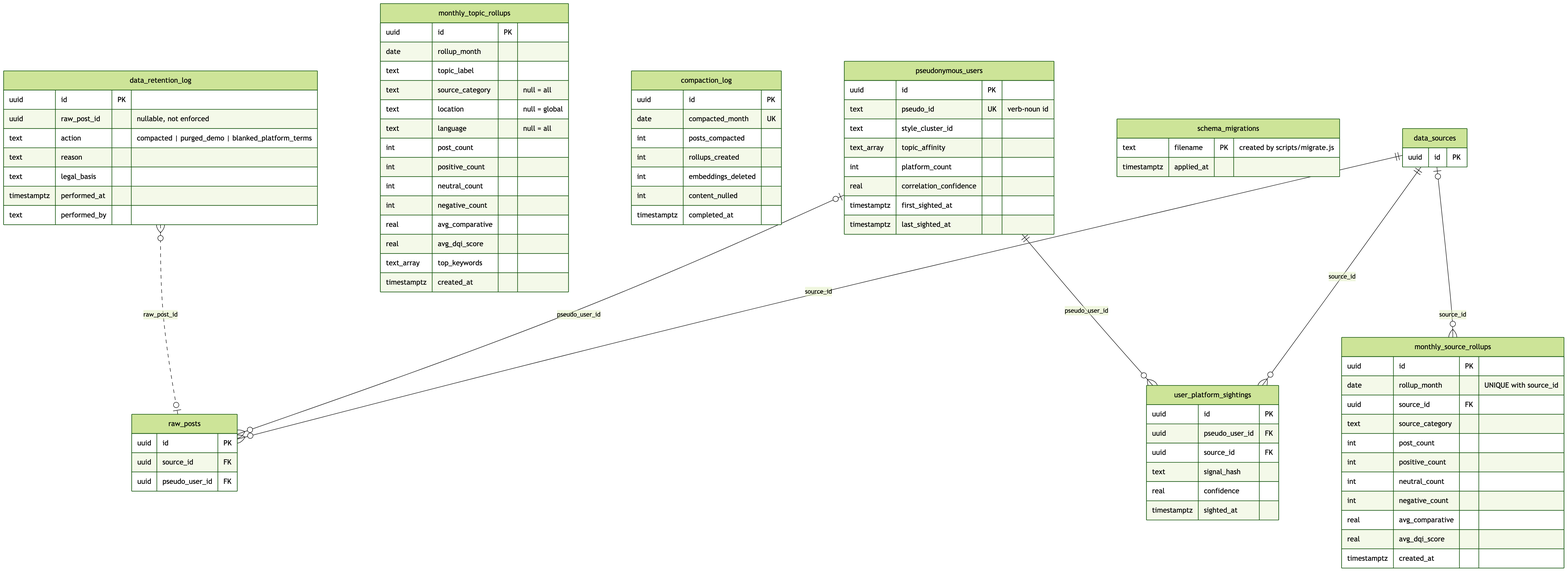
This is docs/diagrams/data/erd-3-retention-and-correlation.png from jennifer-mckinney/pulse-of-ai, a Mermaid export, as it was before one commit. Its source is kept beside it as docs/diagrams/data/erd-3-retention-and-correlation.mmd.
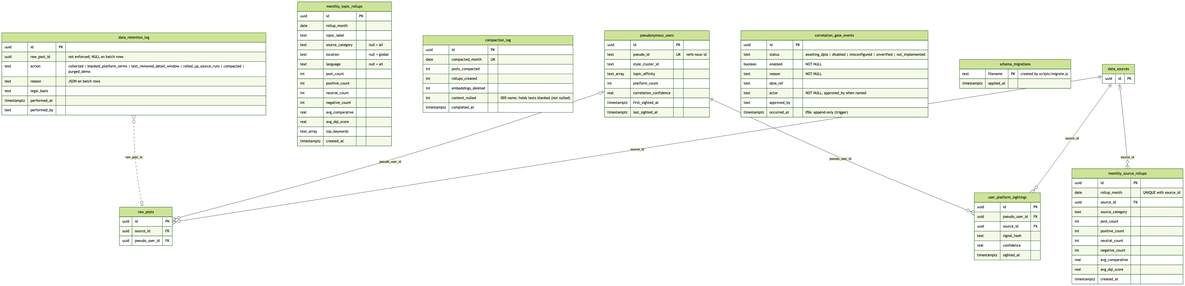
After the commit.

Diff of the diagram source:
```diff
@@ -2,9 +2,9 @@
 
   data_retention_log {
     uuid id PK
-    uuid raw_post_id "nullable, not enforced"
-    text action "compacted | purged_demo | blanked_platform_terms"
-    text reason
+    uuid raw_post_id "not enforced; NULL on batch rows"
+    text action "collected | blanked_platform_terms | text_removed_detail_window | rolled_up_source_runs | compacted | purged_demo"
+    text reason "JSON on batch rows"
     text legal_basis
     timestamptz performed_at
     text performed_by
@@ -47,7 +47,7 @@
     int posts_compacted
     int rollups_created
     int embeddings_deleted
-    int content_nulled
+    int content_nulled "005 name; holds texts blanked (not nulled)"
     timestamptz completed_at
   }
 
@@ -71,6 +71,17 @@
     timestamptz sighted_at
   }
 
+  correlation_gate_events {
+    uuid id PK
+    text status "awaiting_dpia | disabled | misconfigured | unverified | not_implemented"
+    boolean enabled "NOT NULL"
+    text reason "NOT NULL"
+    text dpia_ref
+    text actor "NOT NULL; approved_by when named"
+    text approved_by
+    timestamptz occurred_at "056: append-only (trigger)"
+  }
+
   schema_migrations {
     text filename PK "created by scripts/migrate.js"
     timestamptz applied_at
```
